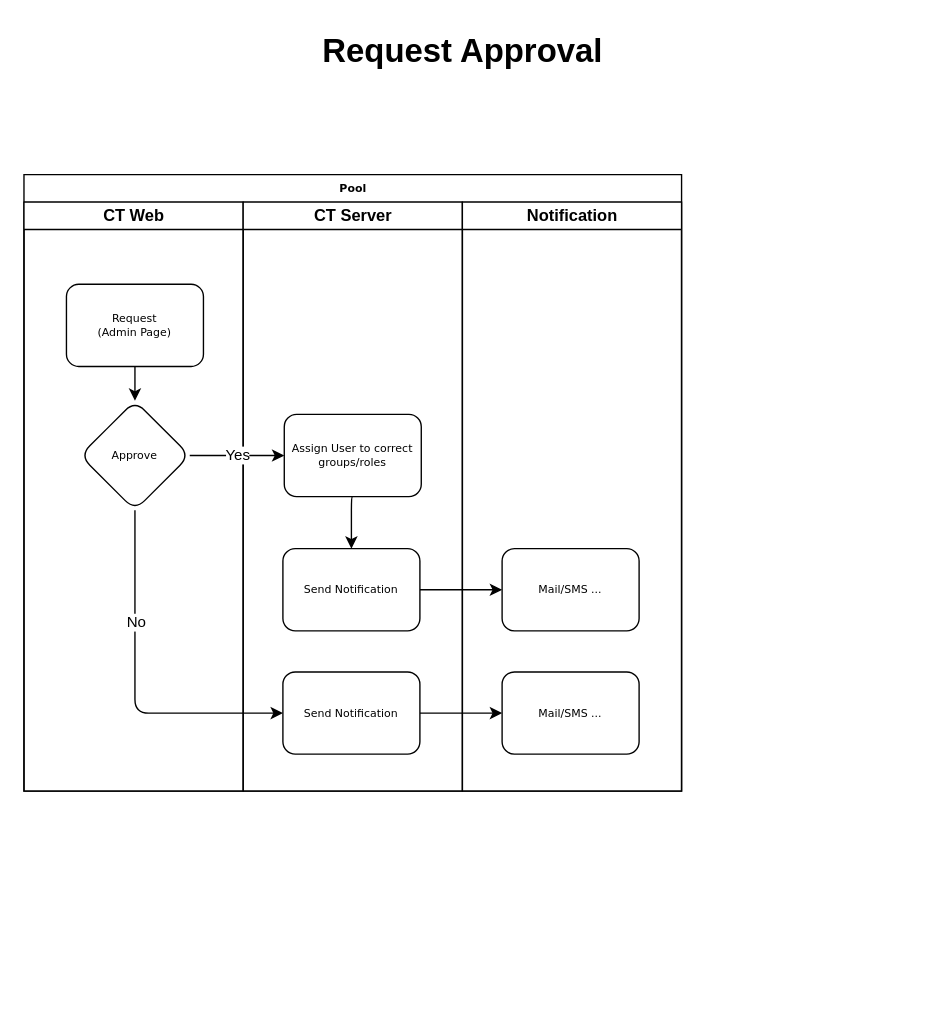
This is page "Old - Request Approval" (6 of 7) of Design/UserOnboardingFlow.drawio from alkem-io/alkemio, a draw.io file, before an edit. Source tidied: cells renumbered, new cells numbered last; positions are measured from the earlier drawing's top-left corner, leaving out a move shared by most shapes. Both pictures are drawn from the tidied source at 137%, with x=0, y=0 at pixel (23, 23).
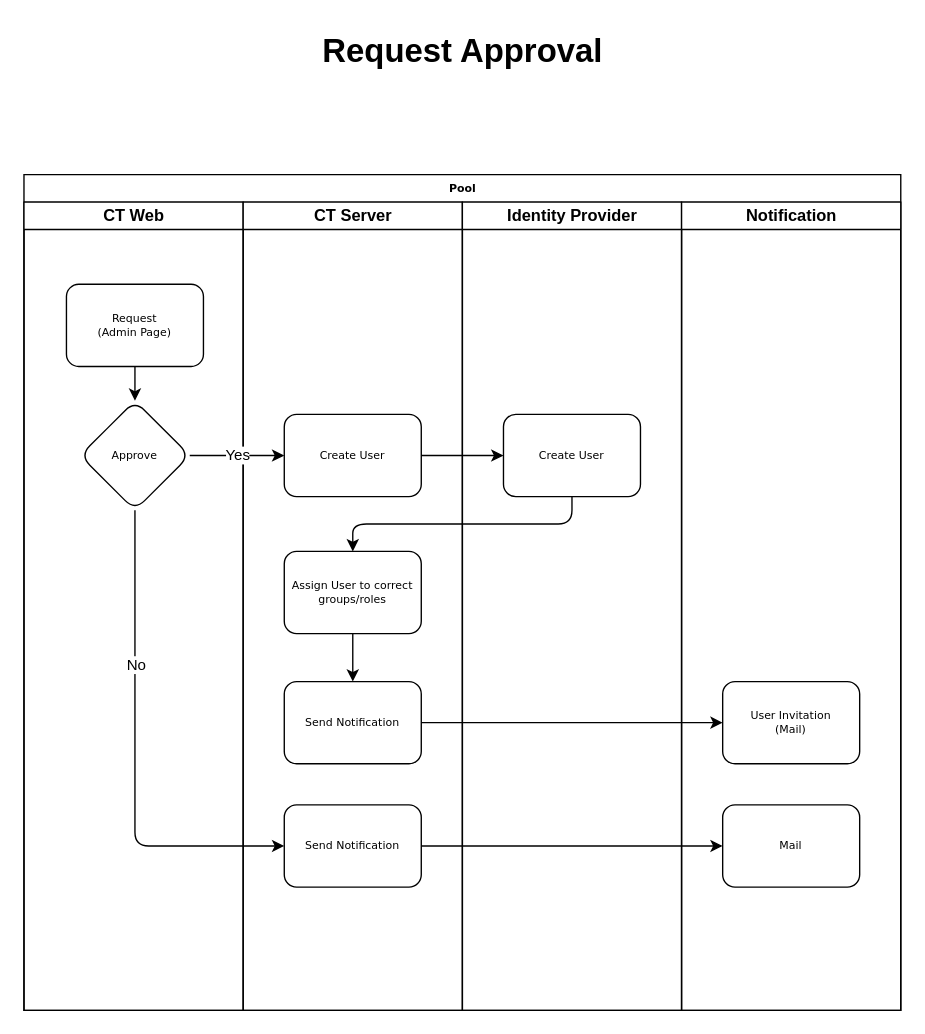
After the change.

The change refers to these unchanged cells:
```xml
<mxCell id="5" value="Approve" style="rhombus;whiteSpace=wrap;html=1;rounded=1;shadow=0;fontFamily=Verdana;fontSize=8;strokeWidth=1;" parent="3" vertex="1">
  <mxGeometry x="41" y="145" width="80" height="80" as="geometry" />
</mxCell>
```

Diff of the diagram source:
```diff
@@
     <mxCell id="2" value="Pool" style="swimlane;html=1;startSize=20;rounded=0;shadow=0;labelBackgroundColor=none;strokeWidth=1;fontFamily=Verdana;fontSize=8;align=center;" parent="1" vertex="1">
-      <mxGeometry y="110" width="480" height="450" as="geometry" />
+      <mxGeometry y="110" width="640" height="610" as="geometry" />
     </mxCell>
     <mxCell id="3" value="CT Web" style="swimlane;html=1;startSize=20;" parent="2" vertex="1">
-      <mxGeometry y="20" width="160" height="430" as="geometry" />
+      <mxGeometry y="20" width="160" height="590" as="geometry" />
     </mxCell>
@@
-    <mxCell id="7" style="edgeStyle=orthogonalEdgeStyle;rounded=1;jettySize=auto;html=1;entryX=0;entryY=0.5;entryDx=0;entryDy=0;" parent="2" edge="1" source="12" target="15">
-      <mxGeometry relative="1" as="geometry" />
-    </mxCell>
-    <mxCell id="8" style="edgeStyle=orthogonalEdgeStyle;rounded=1;jettySize=auto;html=1;" parent="2" edge="1" source="13" target="16">
-      <mxGeometry relative="1" as="geometry" />
-    </mxCell>
     <mxCell id="9" value="CT Server" style="swimlane;html=1;startSize=20;" parent="2" vertex="1">
-      <mxGeometry x="160" y="20" width="160" height="430" as="geometry" />
+      <mxGeometry x="160" y="20" width="160" height="590" as="geometry" />
     </mxCell>
+    <mxCell id="21" value="Create User" style="rounded=1;whiteSpace=wrap;html=1;shadow=0;labelBackgroundColor=none;strokeWidth=1;fontFamily=Verdana;fontSize=8;align=center;" parent="9" vertex="1">
+      <mxGeometry x="30" y="155" width="100" height="60" as="geometry" />
+    </mxCell>
@@
     <mxCell id="11" value="Assign User to correct groups/roles" style="rounded=1;whiteSpace=wrap;html=1;shadow=0;labelBackgroundColor=none;strokeWidth=1;fontFamily=Verdana;fontSize=8;align=center;" parent="9" vertex="1">
-      <mxGeometry x="30" y="155" width="100" height="60" as="geometry" />
+      <mxGeometry x="30" y="255" width="100" height="60" as="geometry" />
     </mxCell>
     <mxCell id="12" value="Send Notification" style="rounded=1;whiteSpace=wrap;html=1;shadow=0;labelBackgroundColor=none;strokeWidth=1;fontFamily=Verdana;fontSize=8;align=center;" parent="9" vertex="1">
-      <mxGeometry x="29" y="253" width="100" height="60" as="geometry" />
+      <mxGeometry x="30" y="350" width="100" height="60" as="geometry" />
     </mxCell>
     <mxCell id="13" value="Send Notification" style="rounded=1;whiteSpace=wrap;html=1;shadow=0;labelBackgroundColor=none;strokeWidth=1;fontFamily=Verdana;fontSize=8;align=center;" parent="9" vertex="1">
-      <mxGeometry x="29" y="343" width="100" height="60" as="geometry" />
+      <mxGeometry x="30" y="440" width="100" height="60" as="geometry" />
     </mxCell>
+    <mxCell id="22" value="Identity Provider" style="swimlane;html=1;startSize=20;" parent="2" vertex="1">
+      <mxGeometry x="320" y="20" width="160" height="590" as="geometry" />
+    </mxCell>
+    <mxCell id="23" value="Create User" style="rounded=1;whiteSpace=wrap;html=1;shadow=0;labelBackgroundColor=none;strokeWidth=1;fontFamily=Verdana;fontSize=8;align=center;" parent="22" vertex="1">
+      <mxGeometry x="30" y="155" width="100" height="60" as="geometry" />
+    </mxCell>
     <mxCell id="14" value="Notification" style="swimlane;html=1;startSize=20;" parent="2" vertex="1">
-      <mxGeometry x="320" y="20" width="160" height="430" as="geometry" />
+      <mxGeometry x="480" y="20" width="160" height="590" as="geometry" />
     </mxCell>
-    <mxCell id="15" value="Mail/SMS ..." style="rounded=1;whiteSpace=wrap;html=1;shadow=0;labelBackgroundColor=none;strokeWidth=1;fontFamily=Verdana;fontSize=8;align=center;" parent="14" vertex="1">
-      <mxGeometry x="29" y="253" width="100" height="60" as="geometry" />
+    <mxCell id="15" value="User Invitation&lt;br&gt;(Mail)" style="rounded=1;whiteSpace=wrap;html=1;shadow=0;labelBackgroundColor=none;strokeWidth=1;fontFamily=Verdana;fontSize=8;align=center;" parent="14" vertex="1">
+      <mxGeometry x="30" y="350" width="100" height="60" as="geometry" />
     </mxCell>
-    <mxCell id="16" value="Mail/SMS ..." style="rounded=1;whiteSpace=wrap;html=1;shadow=0;labelBackgroundColor=none;strokeWidth=1;fontFamily=Verdana;fontSize=8;align=center;" parent="14" vertex="1">
-      <mxGeometry x="29" y="343" width="100" height="60" as="geometry" />
+    <mxCell id="16" value="Mail" style="rounded=1;whiteSpace=wrap;html=1;shadow=0;labelBackgroundColor=none;strokeWidth=1;fontFamily=Verdana;fontSize=8;align=center;" parent="14" vertex="1">
+      <mxGeometry x="30" y="440" width="100" height="60" as="geometry" />
     </mxCell>
-    <mxCell id="17" value="Yes" style="edgeStyle=orthogonalEdgeStyle;rounded=1;jettySize=auto;html=1;entryX=0;entryY=0.5;entryDx=0;entryDy=0;" parent="2" edge="1" source="5" target="11">
+    <mxCell id="17" value="Yes" style="edgeStyle=orthogonalEdgeStyle;rounded=1;jettySize=auto;html=1;entryX=0;entryY=0.5;entryDx=0;entryDy=0;" parent="2" edge="1" source="5" target="21">
       <mxGeometry relative="1" as="geometry" />
     </mxCell>
+    <mxCell id="24" style="edgeStyle=orthogonalEdgeStyle;rounded=1;jettySize=auto;html=1;exitX=0.5;exitY=1;exitDx=0;exitDy=0;" parent="2" edge="1" source="23" target="11">
+      <mxGeometry relative="1" as="geometry" />
+    </mxCell>
+    <mxCell id="7" style="edgeStyle=orthogonalEdgeStyle;rounded=1;jettySize=auto;html=1;entryX=0;entryY=0.5;entryDx=0;entryDy=0;" parent="2" edge="1" source="12" target="15">
+      <mxGeometry relative="1" as="geometry" />
+    </mxCell>
     <mxCell id="18" style="edgeStyle=orthogonalEdgeStyle;rounded=1;jettySize=auto;html=1;entryX=0;entryY=0.5;entryDx=0;entryDy=0;exitX=0.5;exitY=1;exitDx=0;exitDy=0;" parent="2" edge="1" source="5" target="13">
       <mxGeometry relative="1" as="geometry">
         <Array as="points">
-          <mxPoint x="81" y="393" />
+          <mxPoint x="81" y="490" />
         </Array>
       </mxGeometry>
     </mxCell>
@@
+    <mxCell id="8" style="edgeStyle=orthogonalEdgeStyle;rounded=1;jettySize=auto;html=1;" parent="2" edge="1" source="13" target="16">
+      <mxGeometry relative="1" as="geometry" />
+    </mxCell>
+    <mxCell id="25" style="edgeStyle=orthogonalEdgeStyle;rounded=1;jettySize=auto;html=1;exitX=1;exitY=0.5;exitDx=0;exitDy=0;entryX=0;entryY=0.5;entryDx=0;entryDy=0;" parent="2" edge="1" source="21" target="23">
+      <mxGeometry relative="1" as="geometry" />
+    </mxCell>
```
